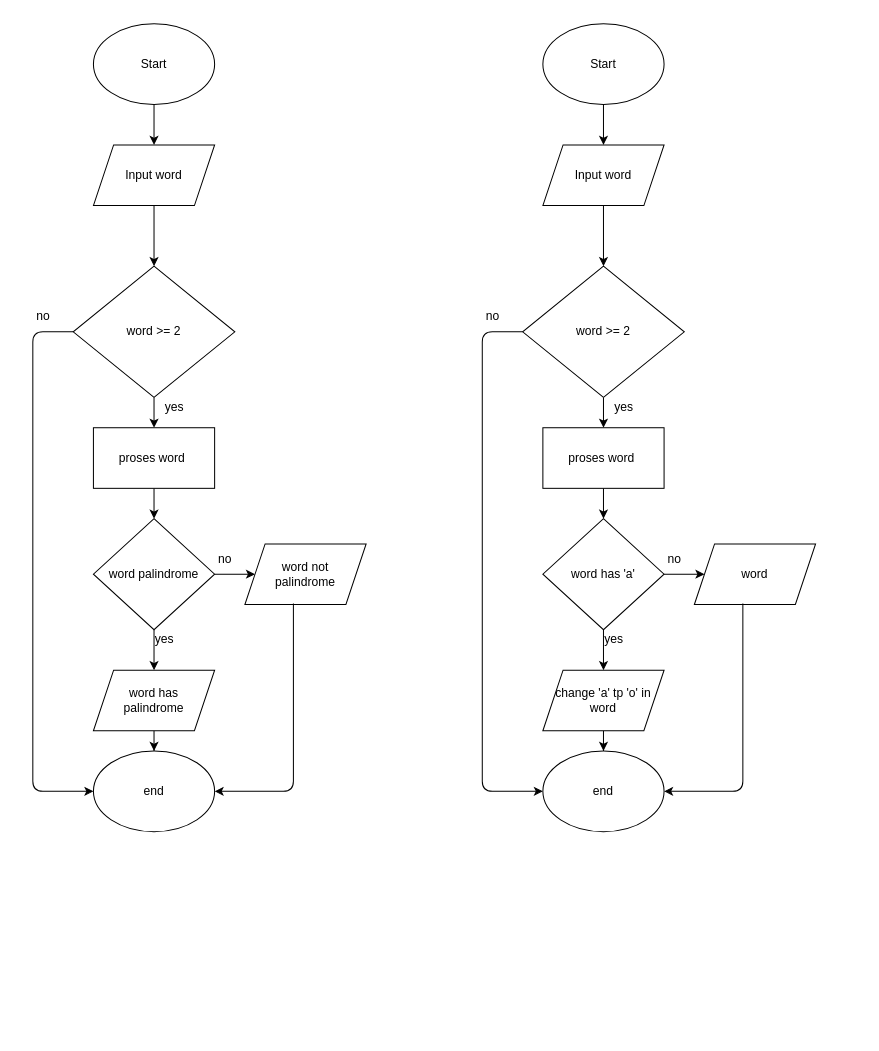
filwathan/fw12-javascript1 keeps this draw.io diagram as js1No5.drawio. Above is the earlier version. Source tidied: cells renumbered, new cells numbered last; positions are measured from the earlier drawing's top-left corner, leaving out a move shared by most shapes. Both pictures are drawn from the tidied source at 101%, with x=0, y=0 at pixel (27, 23).
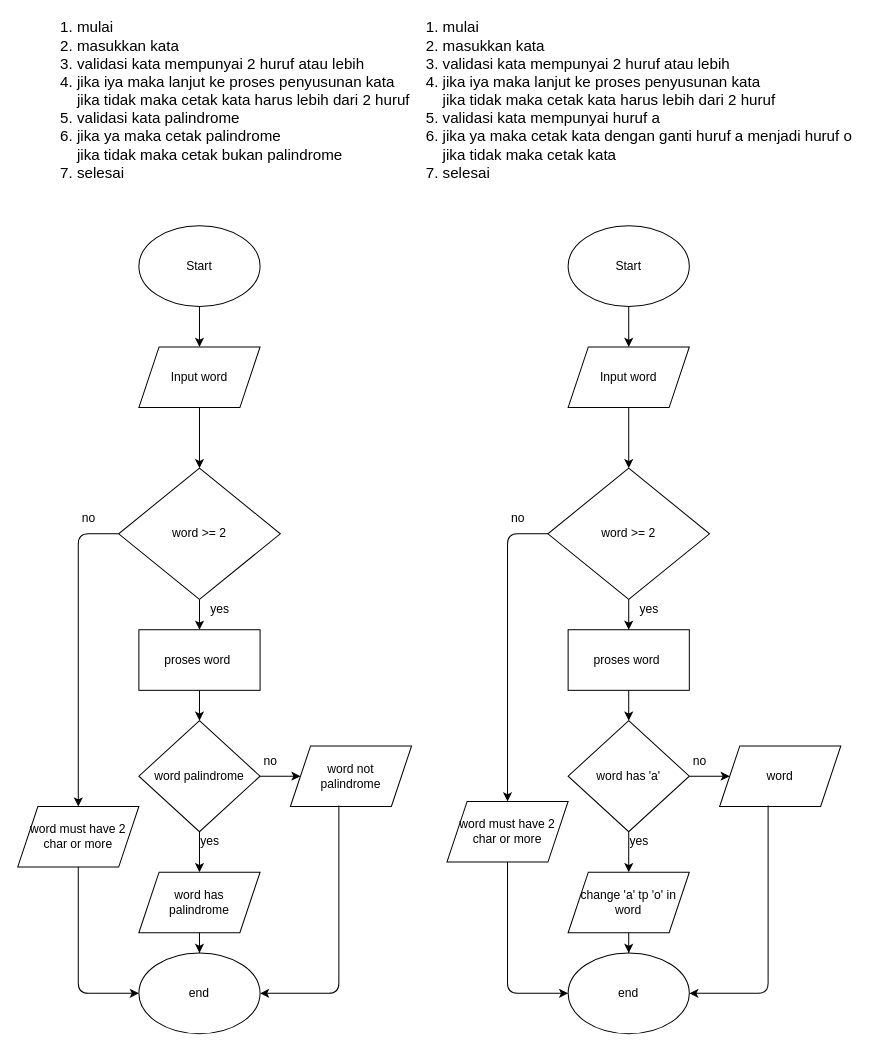
The same page after the edit.

Change to the diagram source:
```diff
@@
     <mxCell id="3" value="Start" style="ellipse;whiteSpace=wrap;html=1;" parent="1" vertex="1">
-      <mxGeometry x="65" width="120" height="80" as="geometry" />
+      <mxGeometry x="110" y="200" width="120" height="80" as="geometry" />
     </mxCell>
@@
     <mxCell id="5" value="Input word" style="shape=parallelogram;perimeter=parallelogramPerimeter;whiteSpace=wrap;html=1;fixedSize=1;" parent="1" vertex="1">
-      <mxGeometry x="65" y="120" width="120" height="60" as="geometry" />
+      <mxGeometry x="110" y="320" width="120" height="60" as="geometry" />
     </mxCell>
@@
     <mxCell id="7" value="word &amp;gt;= 2" style="rhombus;whiteSpace=wrap;html=1;" parent="1" vertex="1">
-      <mxGeometry x="45" y="240" width="160" height="130" as="geometry" />
+      <mxGeometry x="90" y="440" width="160" height="130" as="geometry" />
     </mxCell>
@@
     <mxCell id="9" value="proses word&amp;nbsp;" style="whiteSpace=wrap;html=1;" parent="1" vertex="1">
-      <mxGeometry x="65" y="400" width="120" height="60" as="geometry" />
+      <mxGeometry x="110" y="600" width="120" height="60" as="geometry" />
     </mxCell>
@@
     <mxCell id="12" value="word palindrome" style="rhombus;whiteSpace=wrap;html=1;" parent="1" vertex="1">
-      <mxGeometry x="65" y="490" width="120" height="110" as="geometry" />
+      <mxGeometry x="110" y="690" width="120" height="110" as="geometry" />
     </mxCell>
     <mxCell id="13" value="word not&lt;br&gt;palindrome" style="shape=parallelogram;perimeter=parallelogramPerimeter;whiteSpace=wrap;html=1;fixedSize=1;" parent="1" vertex="1">
-      <mxGeometry x="215" y="515" width="120" height="60" as="geometry" />
+      <mxGeometry x="260" y="715" width="120" height="60" as="geometry" />
     </mxCell>
@@
     <mxCell id="15" value="word has&lt;br&gt;palindrome" style="shape=parallelogram;perimeter=parallelogramPerimeter;whiteSpace=wrap;html=1;fixedSize=1;" parent="1" vertex="1">
-      <mxGeometry x="65" y="640" width="120" height="60" as="geometry" />
+      <mxGeometry x="110" y="840" width="120" height="60" as="geometry" />
     </mxCell>
     <mxCell id="16" value="yes" style="text;html=1;align=center;verticalAlign=middle;" parent="1" vertex="1">
-      <mxGeometry x="130" y="370" width="30" height="20" as="geometry" />
+      <mxGeometry x="175" y="570" width="30" height="20" as="geometry" />
     </mxCell>
     <mxCell id="17" value="no" style="text;html=1;align=center;verticalAlign=middle;" parent="1" vertex="1">
-      <mxGeometry x="180" y="520" width="30" height="20" as="geometry" />
+      <mxGeometry x="225" y="720" width="30" height="20" as="geometry" />
     </mxCell>
     <mxCell id="18" value="yes" style="text;html=1;align=center;verticalAlign=middle;" parent="1" vertex="1">
-      <mxGeometry x="120" y="600" width="30" height="20" as="geometry" />
+      <mxGeometry x="165" y="800" width="30" height="20" as="geometry" />
     </mxCell>
-    <mxCell id="19" style="endArrow=classic;html=1;exitX=0;exitY=0.5;exitDx=0;exitDy=0;entryX=0;entryY=0.5;entryDx=0;entryDy=0;" parent="1" edge="1" source="7" target="20">
+    <mxCell id="19" style="endArrow=classic;html=1;exitX=0;exitY=0.5;exitDx=0;exitDy=0;entryX=0.5;entryY=0;entryDx=0;entryDy=0;" parent="1" edge="1" source="7" target="48">
       <mxGeometry relative="1" as="geometry">
         <Array as="points">
-          <mxPoint x="5" y="305" />
-          <mxPoint x="5" y="760" />
+          <mxPoint x="50" y="505" />
         </Array>
       </mxGeometry>
     </mxCell>
     <mxCell id="20" value="end" style="ellipse;whiteSpace=wrap;html=1;" parent="1" vertex="1">
-      <mxGeometry x="65" y="720" width="120" height="80" as="geometry" />
+      <mxGeometry x="110" y="920" width="120" height="80" as="geometry" />
     </mxCell>
     <mxCell id="21" style="endArrow=classic;html=1;exitX=0.4;exitY=0.983;exitDx=0;exitDy=0;exitPerimeter=0;entryX=1;entryY=0.5;entryDx=0;entryDy=0;" parent="1" edge="1" source="13" target="20">
       <mxGeometry relative="1" as="geometry">
         <Array as="points">
-          <mxPoint x="263" y="760" />
+          <mxPoint x="308" y="960" />
         </Array>
       </mxGeometry>
     </mxCell>
     <mxCell id="22" value="no" style="text;html=1;align=center;verticalAlign=middle;" parent="1" vertex="1">
-      <mxGeometry y="280" width="30" height="20" as="geometry" />
+      <mxGeometry x="45" y="480" width="30" height="20" as="geometry" />
     </mxCell>
@@
     <mxCell id="24" value="Start" style="ellipse;whiteSpace=wrap;html=1;" parent="1" vertex="1">
-      <mxGeometry x="510" width="120" height="80" as="geometry" />
+      <mxGeometry x="535" y="200" width="120" height="80" as="geometry" />
     </mxCell>
@@
     <mxCell id="26" value="Input word" style="shape=parallelogram;perimeter=parallelogramPerimeter;whiteSpace=wrap;html=1;fixedSize=1;" parent="1" vertex="1">
-      <mxGeometry x="510" y="120" width="120" height="60" as="geometry" />
+      <mxGeometry x="535" y="320" width="120" height="60" as="geometry" />
     </mxCell>
@@
     <mxCell id="28" value="word &amp;gt;= 2" style="rhombus;whiteSpace=wrap;html=1;" parent="1" vertex="1">
-      <mxGeometry x="490" y="240" width="160" height="130" as="geometry" />
+      <mxGeometry x="515" y="440" width="160" height="130" as="geometry" />
     </mxCell>
@@
     <mxCell id="30" value="proses word&amp;nbsp;" style="whiteSpace=wrap;html=1;" parent="1" vertex="1">
-      <mxGeometry x="510" y="400" width="120" height="60" as="geometry" />
+      <mxGeometry x="535" y="600" width="120" height="60" as="geometry" />
     </mxCell>
@@
     <mxCell id="33" value="word has 'a'" style="rhombus;whiteSpace=wrap;html=1;" parent="1" vertex="1">
-      <mxGeometry x="510" y="490" width="120" height="110" as="geometry" />
+      <mxGeometry x="535" y="690" width="120" height="110" as="geometry" />
     </mxCell>
     <mxCell id="34" value="word" style="shape=parallelogram;perimeter=parallelogramPerimeter;whiteSpace=wrap;html=1;fixedSize=1;" parent="1" vertex="1">
-      <mxGeometry x="660" y="515" width="120" height="60" as="geometry" />
+      <mxGeometry x="685" y="715" width="120" height="60" as="geometry" />
     </mxCell>
@@
     <mxCell id="36" value="change 'a' tp 'o' in word" style="shape=parallelogram;perimeter=parallelogramPerimeter;whiteSpace=wrap;html=1;fixedSize=1;" parent="1" vertex="1">
-      <mxGeometry x="510" y="640" width="120" height="60" as="geometry" />
+      <mxGeometry x="535" y="840" width="120" height="60" as="geometry" />
     </mxCell>
     <mxCell id="37" value="yes" style="text;html=1;align=center;verticalAlign=middle;" parent="1" vertex="1">
-      <mxGeometry x="575" y="370" width="30" height="20" as="geometry" />
+      <mxGeometry x="600" y="570" width="30" height="20" as="geometry" />
     </mxCell>
     <mxCell id="38" value="no" style="text;html=1;align=center;verticalAlign=middle;" parent="1" vertex="1">
-      <mxGeometry x="625" y="520" width="30" height="20" as="geometry" />
+      <mxGeometry x="650" y="720" width="30" height="20" as="geometry" />
     </mxCell>
     <mxCell id="39" value="yes" style="text;html=1;align=center;verticalAlign=middle;" parent="1" vertex="1">
-      <mxGeometry x="565" y="600" width="30" height="20" as="geometry" />
+      <mxGeometry x="590" y="800" width="30" height="20" as="geometry" />
     </mxCell>
-    <mxCell id="40" style="endArrow=classic;html=1;exitX=0;exitY=0.5;exitDx=0;exitDy=0;entryX=0;entryY=0.5;entryDx=0;entryDy=0;" parent="1" edge="1" source="28" target="41">
+    <mxCell id="40" style="endArrow=classic;html=1;exitX=0;exitY=0.5;exitDx=0;exitDy=0;" parent="1" edge="1" source="28" target="46">
       <mxGeometry relative="1" as="geometry">
         <Array as="points">
-          <mxPoint x="450" y="305" />
-          <mxPoint x="450" y="760" />
+          <mxPoint x="475" y="505" />
         </Array>
       </mxGeometry>
     </mxCell>
     <mxCell id="41" value="end" style="ellipse;whiteSpace=wrap;html=1;" parent="1" vertex="1">
-      <mxGeometry x="510" y="720" width="120" height="80" as="geometry" />
+      <mxGeometry x="535" y="920" width="120" height="80" as="geometry" />
     </mxCell>
     <mxCell id="42" style="endArrow=classic;html=1;exitX=0.4;exitY=0.983;exitDx=0;exitDy=0;exitPerimeter=0;entryX=1;entryY=0.5;entryDx=0;entryDy=0;" parent="1" edge="1" source="34" target="41">
       <mxGeometry relative="1" as="geometry">
         <Array as="points">
-          <mxPoint x="708" y="760" />
+          <mxPoint x="733" y="960" />
         </Array>
       </mxGeometry>
     </mxCell>
     <mxCell id="43" value="no" style="text;html=1;align=center;verticalAlign=middle;" parent="1" vertex="1">
-      <mxGeometry x="445" y="280" width="30" height="20" as="geometry" />
+      <mxGeometry x="470" y="480" width="30" height="20" as="geometry" />
     </mxCell>
+    <mxCell id="44" value="&lt;div style=&quot;text-align: left ; font-size: 15px&quot;&gt;&lt;font style=&quot;font-size: 15px&quot;&gt;1. mulai&lt;/font&gt;&lt;/div&gt;&lt;div style=&quot;text-align: left ; font-size: 15px&quot;&gt;&lt;span&gt;&lt;font style=&quot;font-size: 15px&quot;&gt;2. masukkan kata&lt;/font&gt;&lt;/span&gt;&lt;/div&gt;&lt;div style=&quot;text-align: left ; font-size: 15px&quot;&gt;&lt;span&gt;&lt;font style=&quot;font-size: 15px&quot;&gt;3. validasi kata mempunyai 2 huruf atau lebih&lt;/font&gt;&lt;/span&gt;&lt;/div&gt;&lt;div style=&quot;text-align: left ; font-size: 15px&quot;&gt;&lt;span&gt;&lt;font style=&quot;font-size: 15px&quot;&gt;4. jika iya maka lanjut ke proses penyusunan kata&lt;/font&gt;&lt;/span&gt;&lt;/div&gt;&lt;div style=&quot;text-align: left ; font-size: 15px&quot;&gt;&lt;span&gt;&lt;font style=&quot;font-size: 15px&quot;&gt;&amp;nbsp; &amp;nbsp; jika tidak maka cetak kata harus lebih dari 2 huruf&lt;/font&gt;&lt;/span&gt;&lt;/div&gt;&lt;div style=&quot;text-align: left ; font-size: 15px&quot;&gt;&lt;span&gt;5. validasi kata palindrome&lt;/span&gt;&lt;br&gt;&lt;/div&gt;&lt;div style=&quot;text-align: left ; font-size: 15px&quot;&gt;&lt;span&gt;&lt;font style=&quot;font-size: 15px&quot;&gt;6. jika ya maka cetak palindrome&lt;/font&gt;&lt;/span&gt;&lt;/div&gt;&lt;div style=&quot;text-align: left ; font-size: 15px&quot;&gt;&lt;span&gt;&lt;font style=&quot;font-size: 15px&quot;&gt;&amp;nbsp; &amp;nbsp; jika tidak maka cetak bukan palindrome&lt;/font&gt;&lt;/span&gt;&lt;/div&gt;&lt;div style=&quot;text-align: left ; font-size: 15px&quot;&gt;&lt;font style=&quot;font-size: 15px&quot;&gt;7. selesai&lt;/font&gt;&lt;/div&gt;" style="text;html=1;align=center;verticalAlign=middle;" parent="1" vertex="1">
+      <mxGeometry x="25" y="10" width="360" height="130" as="geometry" />
+    </mxCell>
+    <mxCell id="45" value="&lt;div style=&quot;text-align: left ; font-size: 15px&quot;&gt;&lt;font style=&quot;font-size: 15px&quot;&gt;1. mulai&lt;/font&gt;&lt;/div&gt;&lt;div style=&quot;text-align: left ; font-size: 15px&quot;&gt;&lt;span&gt;&lt;font style=&quot;font-size: 15px&quot;&gt;2. masukkan kata&lt;/font&gt;&lt;/span&gt;&lt;/div&gt;&lt;div style=&quot;text-align: left ; font-size: 15px&quot;&gt;&lt;div&gt;3. validasi kata mempunyai 2 huruf atau lebih&lt;/div&gt;&lt;div&gt;4. jika iya maka lanjut ke proses penyusunan kata&lt;/div&gt;&lt;div&gt;&amp;nbsp; &amp;nbsp; jika tidak maka cetak kata harus lebih dari 2 huruf&lt;/div&gt;&lt;/div&gt;&lt;div style=&quot;text-align: left ; font-size: 15px&quot;&gt;&lt;span&gt;&lt;font style=&quot;font-size: 15px&quot;&gt;5. validasi kata mempunyai huruf a&lt;/font&gt;&lt;/span&gt;&lt;/div&gt;&lt;div style=&quot;text-align: left ; font-size: 15px&quot;&gt;&lt;span&gt;&lt;font style=&quot;font-size: 15px&quot;&gt;6. jika ya maka cetak kata dengan ganti huruf a menjadi huruf o&lt;/font&gt;&lt;/span&gt;&lt;/div&gt;&lt;div style=&quot;text-align: left ; font-size: 15px&quot;&gt;&lt;span&gt;&lt;font style=&quot;font-size: 15px&quot;&gt;&amp;nbsp; &amp;nbsp; jika tidak maka cetak kata&lt;/font&gt;&lt;/span&gt;&lt;/div&gt;&lt;div style=&quot;text-align: left ; font-size: 15px&quot;&gt;&lt;font style=&quot;font-size: 15px&quot;&gt;7. selesai&lt;/font&gt;&lt;/div&gt;" style="text;html=1;align=center;verticalAlign=middle;" parent="1" vertex="1">
+      <mxGeometry x="385" y="10" width="440" height="130" as="geometry" />
+    </mxCell>
+    <mxCell id="46" value="word must have 2 char or more" style="shape=parallelogram;perimeter=parallelogramPerimeter;whiteSpace=wrap;html=1;fixedSize=1;" parent="1" vertex="1">
+      <mxGeometry x="415" y="770" width="120" height="60" as="geometry" />
+    </mxCell>
+    <mxCell id="47" style="endArrow=classic;html=1;exitX=0.5;exitY=1;exitDx=0;exitDy=0;entryX=0;entryY=0.5;entryDx=0;entryDy=0;" parent="1" edge="1" source="46" target="41">
+      <mxGeometry relative="1" as="geometry">
+        <Array as="points">
+          <mxPoint x="475" y="960" />
+        </Array>
+      </mxGeometry>
+    </mxCell>
+    <mxCell id="48" value="word must have 2 char or more" style="shape=parallelogram;perimeter=parallelogramPerimeter;whiteSpace=wrap;html=1;fixedSize=1;" parent="1" vertex="1">
+      <mxGeometry x="-10" y="775" width="120" height="60" as="geometry" />
+    </mxCell>
+    <mxCell id="49" style="endArrow=classic;html=1;exitX=0.5;exitY=1;exitDx=0;exitDy=0;entryX=0;entryY=0.5;entryDx=0;entryDy=0;" parent="1" edge="1" source="48" target="20">
+      <mxGeometry relative="1" as="geometry">
+        <Array as="points">
+          <mxPoint x="50" y="960" />
+        </Array>
+      </mxGeometry>
+    </mxCell>
```
